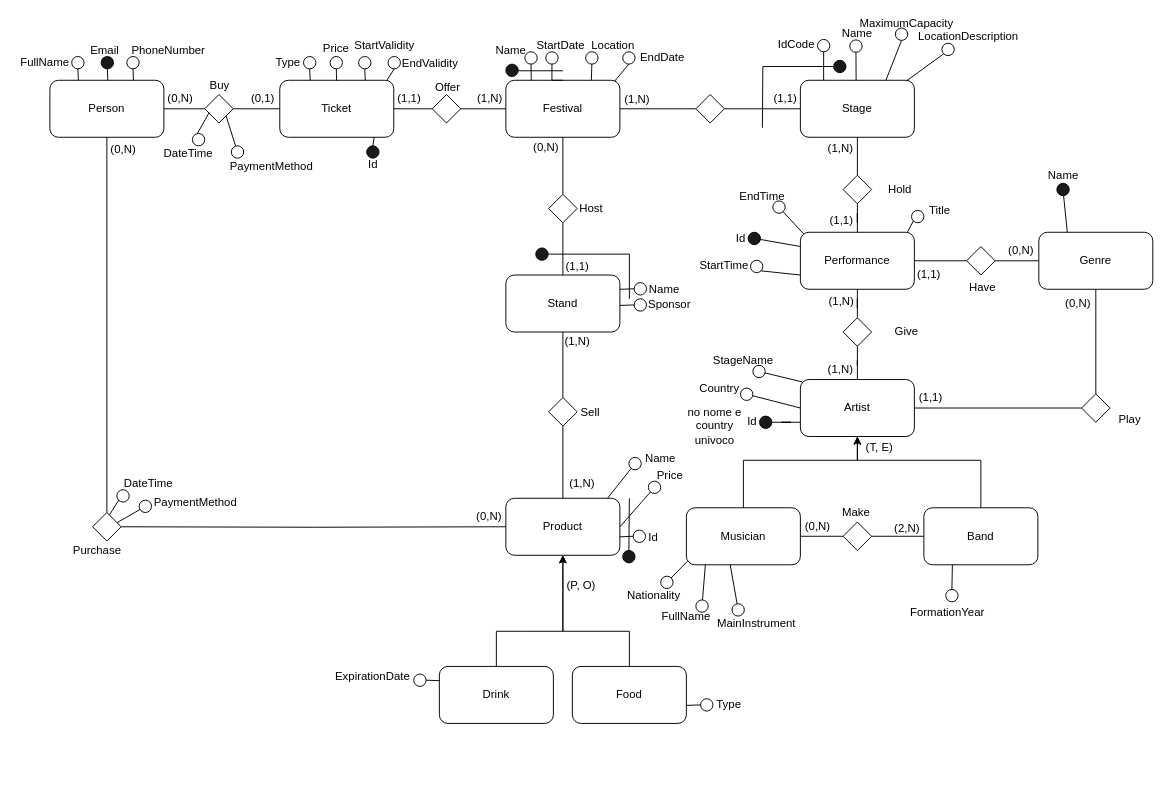
This is progetto_EICTA.drawio from francescoaurora/EICTA, a draw.io file, before an edit. Source tidied: cells renumbered, new cells numbered last; positions are measured from the earlier drawing's top-left corner, leaving out a move shared by most shapes. Both pictures are drawn from the tidied source at 95%, with x=0, y=0 at pixel (16, 18).
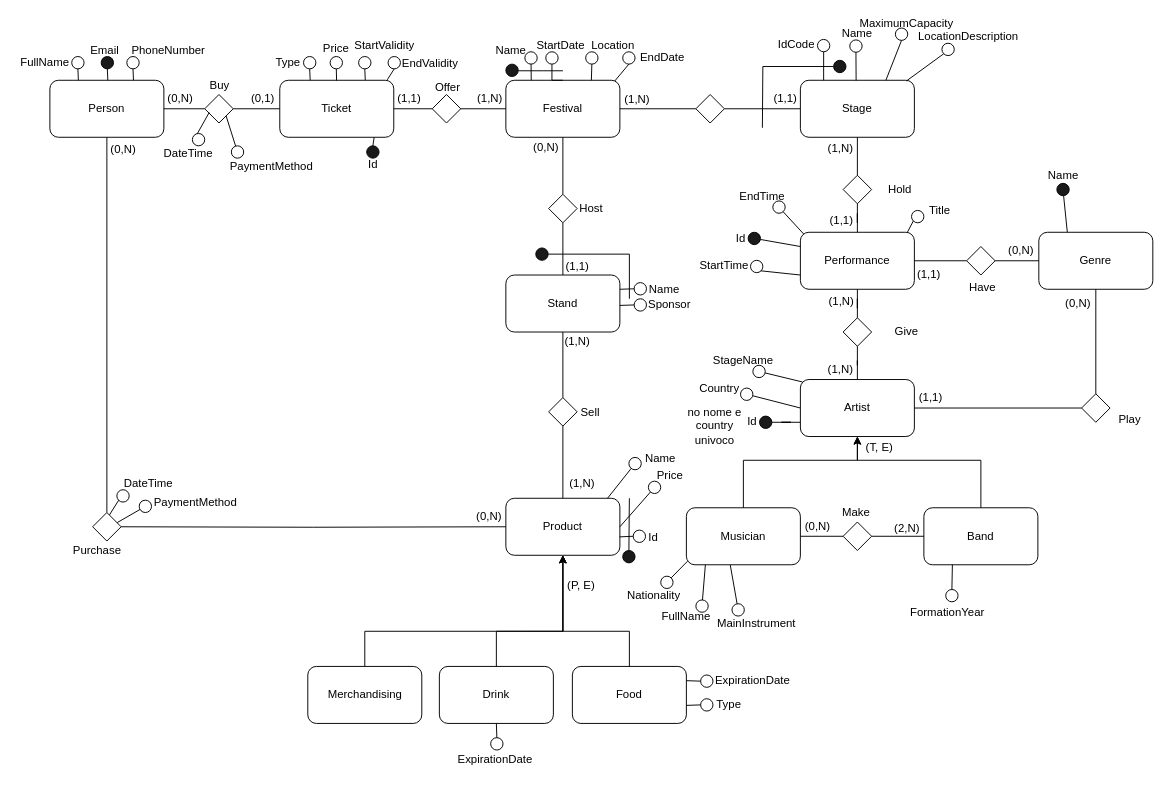
The same page after the edit.

Unchanged cells that the change refers to:
```xml
<mxCell id="47" value="Product" style="rounded=1;whiteSpace=wrap;html=1;" parent="1" vertex="1">
  <mxGeometry x="515" y="505" width="120" height="60" as="geometry" />
</mxCell>
<mxCell id="53" value="Drink" style="rounded=1;whiteSpace=wrap;html=1;" parent="1" vertex="1">
  <mxGeometry x="445" y="682" width="120" height="60" as="geometry" />
</mxCell>
<mxCell id="54" value="Food" style="rounded=1;whiteSpace=wrap;html=1;" parent="1" vertex="1">
  <mxGeometry x="585" y="682" width="120" height="60" as="geometry" />
</mxCell>
```

The edit, as a diff of the source:
```diff
@@
-    <mxCell id="76" value="(P, O)" style="text;html=1;align=center;verticalAlign=middle;strokeColor=none;fillColor=none;" parent="1" vertex="1">
+    <mxCell id="76" value="(P, E)" style="text;html=1;align=center;verticalAlign=middle;strokeColor=none;fillColor=none;" parent="1" vertex="1">
       <mxGeometry x="569" y="582" width="50" height="30" as="geometry" />
     </mxCell>
@@
     <mxCell id="165" style="ellipse;whiteSpace=wrap;html=1;" parent="1" vertex="1">
-      <mxGeometry x="418" y="690" width="13" height="13" as="geometry" />
+      <mxGeometry x="499" y="757" width="13" height="13" as="geometry" />
     </mxCell>
@@
-    <mxCell id="167" style="endArrow=none;html=1;rounded=0;entryX=0;entryY=0.25;entryDx=0;entryDy=0;exitX=1;exitY=0.5;exitDx=0;exitDy=0;" parent="1" edge="1" source="165" target="53">
+    <mxCell id="167" style="endArrow=none;html=1;rounded=0;entryX=0.5;entryY=1;entryDx=0;entryDy=0;exitX=0.5;exitY=0;exitDx=0;exitDy=0;" parent="1" edge="1" source="165" target="53">
       <mxGeometry relative="1" as="geometry" />
     </mxCell>
@@
     <mxCell id="169" value="ExpirationDate" style="text;html=1;whiteSpace=wrap;strokeColor=none;fillColor=none;align=center;verticalAlign=middle;rounded=0;" parent="1" vertex="1">
-      <mxGeometry x="335" y="683" width="80" height="20" as="geometry" />
+      <mxGeometry x="464" y="770" width="80" height="20" as="geometry" />
     </mxCell>
@@
+    <mxCell id="213" style="ellipse;whiteSpace=wrap;html=1;" parent="1" vertex="1">
+      <mxGeometry x="720" y="691" width="13" height="13" as="geometry" />
+    </mxCell>
+    <mxCell id="214" style="endArrow=none;html=1;rounded=0;entryX=1;entryY=0.25;entryDx=0;entryDy=0;exitX=0;exitY=0.5;exitDx=0;exitDy=0;" parent="1" edge="1" source="213" target="54">
+      <mxGeometry relative="1" as="geometry" />
+    </mxCell>
+    <mxCell id="215" value="ExpirationDate" style="text;html=1;whiteSpace=wrap;strokeColor=none;fillColor=none;align=center;verticalAlign=middle;rounded=0;" parent="1" vertex="1">
+      <mxGeometry x="735" y="687" width="80" height="20" as="geometry" />
+    </mxCell>
+    <mxCell id="216" style="edgeStyle=orthogonalEdgeStyle;rounded=0;jettySize=auto;html=1;entryX=0.5;entryY=1;entryDx=0;entryDy=0;" parent="1" edge="1" source="217" target="47">
+      <mxGeometry relative="1" as="geometry">
+        <Array as="points">
+          <mxPoint x="367" y="645" />
+          <mxPoint x="575" y="645" />
+        </Array>
+      </mxGeometry>
+    </mxCell>
+    <mxCell id="217" value="Merchandising" style="rounded=1;whiteSpace=wrap;html=1;" parent="1" vertex="1">
+      <mxGeometry x="306.5" y="682" width="120" height="60" as="geometry" />
+    </mxCell>
```
